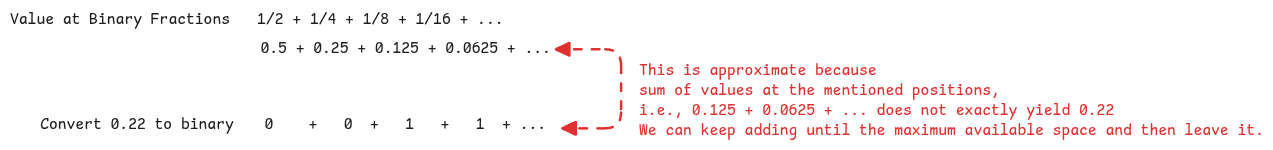
The Excalidraw diagram static/img/computers-floating-point-filling.excalidraw.png in swaroopar/inprogress-engineer, before a commit. Source tidied: one line per element, renumbered; positions are measured from the earlier drawing's top-left corner, leaving out a move shared by most shapes.
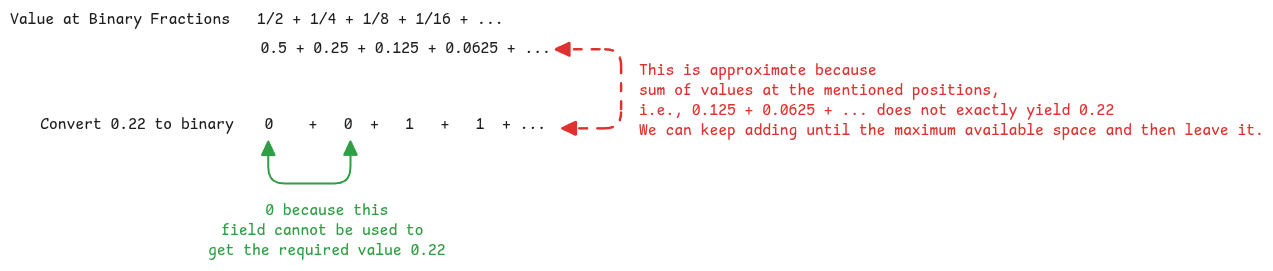
The same diagram one commit later.

Commit message:
extend floating point diagram

What changed in the source:
```diff
@@ -5,3 +5,5 @@
 {"id": 4, "type": "text", "text": "0    +   0  +   1   +   1  + ...", "strokeColor": "#1e1e1e", "strokeWidth": 2, "roughness": 1, "fontSize": 16, "fontFamily": 8, "x": 254, "y": 105, "width": 282, "height": 20}
 {"id": 5, "type": "arrow", "strokeColor": "#e03131", "strokeWidth": 2, "strokeStyle": "dashed", "roughness": 0, "startArrowhead": "triangle", "endArrowhead": "triangle", "from": 2, "x": 546, "y": 39, "width": 65, "height": 79, "points": [[0, 0], [65, 0], [65, 79], [6, 79]]}
 {"id": 6, "type": "text", "text": "This is approximate because\nsum of values at the mentioned positions,\ni.e., 0.125 + 0.0625 + ... does not exactly yield 0.22\nWe can keep adding until the maximum available space and then leave it.", "strokeColor": "#e03131", "strokeWidth": 2, "strokeStyle": "dashed", "roughness": 0, "fontSize": 16, "fontFamily": 8, "x": 629, "y": 50, "width": 625, "height": 80}
+{"id": 7, "type": "text", "text": "0 because this\nfield cannot be used to \nget the required value 0.22", "strokeColor": "#2f9e44", "strokeWidth": 2, "roughness": 1, "fontSize": 16, "fontFamily": 8, "textAlign": "center", "x": 198, "y": 191, "width": 238, "height": 60}
+{"id": 8, "type": "arrow", "strokeColor": "#2f9e44", "strokeWidth": 2, "roughness": 0, "startArrowhead": "triangle", "endArrowhead": "triangle", "from": 4, "to": 4, "x": 258, "y": 131, "width": 82, "height": 42, "points": [[0, 0], [0, 42], [82, 42], [82, 0]]}
```
